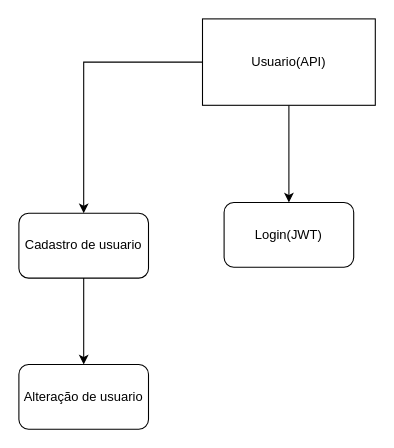
Before: page "Usuario" (3 of 6) of doc/Projeto.drawio in RafaelPontin/Fiap.Ingresso, a draw.io diagram. Source tidied: cells renumbered, new cells numbered last; positions are measured from the earlier drawing's top-left corner, leaving out a move shared by most shapes. Both pictures are drawn from the tidied source at 108%, with x=0, y=0 at pixel (18, 18).
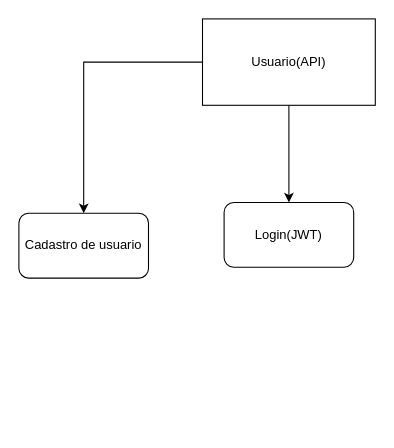
Above is the later version.

Diff of the diagram source:
```diff
@@
 <mxGraphModel>
   <root>
     <mxCell id="0" />
     <mxCell id="1" parent="0" />
     <mxCell id="2" style="edgeStyle=orthogonalEdgeStyle;rounded=0;jettySize=auto;html=1;entryX=0.5;entryY=0;entryDx=0;entryDy=0;" parent="1" edge="1" source="4" target="6">
       <mxGeometry relative="1" as="geometry" />
     </mxCell>
     <mxCell id="3" style="edgeStyle=orthogonalEdgeStyle;rounded=0;jettySize=auto;html=1;" parent="1" edge="1" source="4">
       <mxGeometry relative="1" as="geometry">
         <mxPoint x="250" y="170" as="targetPoint" />
       </mxGeometry>
     </mxCell>
     <mxCell id="4" value="Usuario(API)" style="rounded=0;whiteSpace=wrap;html=1;" parent="1" vertex="1">
       <mxGeometry x="170" width="160" height="80" as="geometry" />
     </mxCell>
-    <mxCell id="5" style="edgeStyle=orthogonalEdgeStyle;rounded=0;jettySize=auto;html=1;" parent="1" edge="1" source="6" target="7">
-      <mxGeometry relative="1" as="geometry" />
-    </mxCell>
     <mxCell id="6" value="Cadastro de usuario" style="rounded=1;whiteSpace=wrap;html=1;" parent="1" vertex="1">
       <mxGeometry y="180" width="120" height="60" as="geometry" />
     </mxCell>
-    <mxCell id="7" value="Alteração de usuario" style="rounded=1;whiteSpace=wrap;html=1;" parent="1" vertex="1">
-      <mxGeometry y="320" width="120" height="60" as="geometry" />
-    </mxCell>
     <mxCell id="8" value="Login(JWT)" style="rounded=1;whiteSpace=wrap;html=1;" parent="1" vertex="1">
       <mxGeometry x="190" y="170" width="120" height="60" as="geometry" />
     </mxCell>
   </root>
 </mxGraphModel>
```
